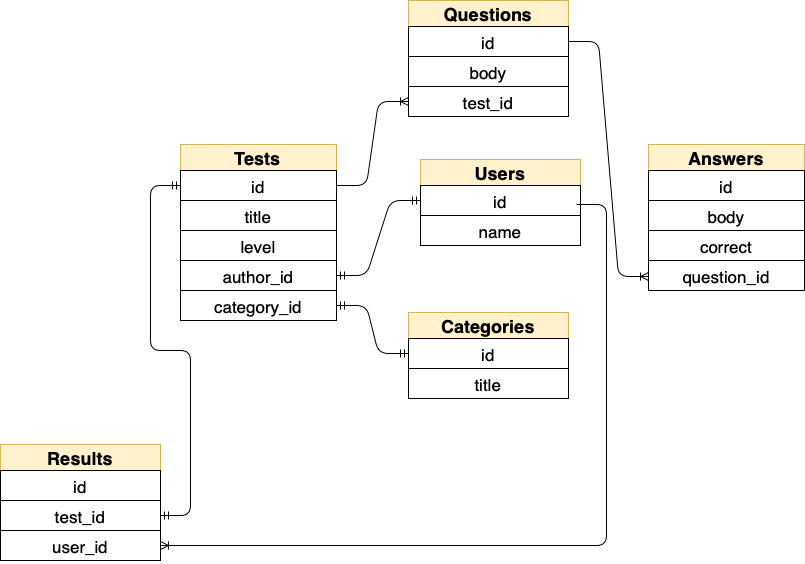
EvilJadeon/TestGuru keeps this draw.io diagram as TestGuru.drawio.png. Above is the earlier version. Source tidied: cells renumbered, new cells last; positions are measured from the earlier drawing's top-left corner, leaving out a move shared by most shapes.
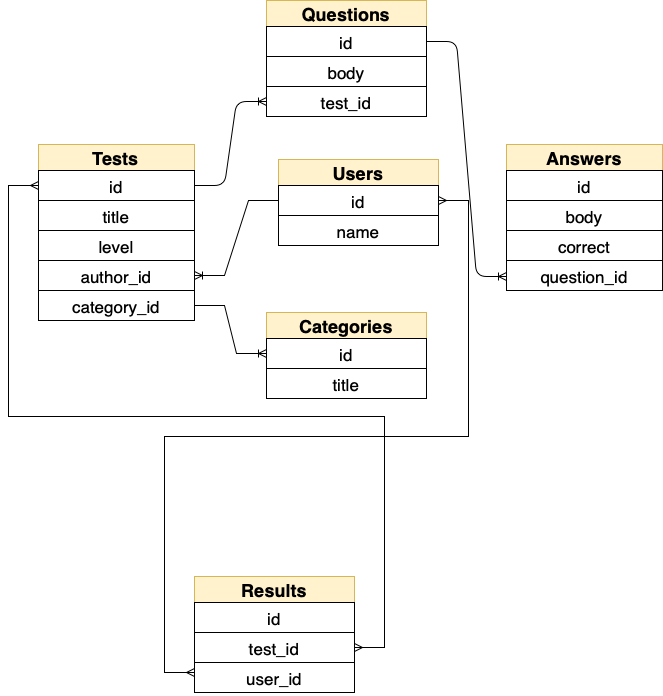
Later version of the same file.

Diff of the diagram source:
```diff
@@ -65,8 +65,13 @@
     <mxCell id="22" value="name" style="text;strokeColor=default;fillColor=none;spacingLeft=4;spacingRight=4;overflow=hidden;fontSize=17;rounded=0;labelBackgroundColor=none;sketch=0;fontFamily=Helvetica;fontColor=default;align=center;" parent="20" vertex="1">
       <mxGeometry y="56" width="160" height="30" as="geometry" />
     </mxCell>
+    <mxCell id="33" style="edgeStyle=entityRelationEdgeStyle;fontSize=12;html=1;endArrow=ERmany;startArrow=ERmany;rounded=0;labelBackgroundColor=default;fontColor=default;strokeColor=default;exitX=1;exitY=0.5;exitDx=0;exitDy=0;" parent="20" edge="1" source="21">
+      <mxGeometry relative="1" as="geometry">
+        <mxPoint x="-84" y="513" as="targetPoint" />
+      </mxGeometry>
+    </mxCell>
     <mxCell id="23" value="Results" style="swimlane;fontStyle=1;horizontal=1;startSize=26;align=center;fontSize=18;rounded=0;labelBackgroundColor=none;sketch=0;fontFamily=Helvetica;strokeColor=#d6b656;fillColor=#fff2cc;fontColor=default;" parent="1" vertex="1">
-      <mxGeometry y="444" width="160" height="116" as="geometry" />
+      <mxGeometry x="336" y="576" width="160" height="116" as="geometry" />
     </mxCell>
     <mxCell id="24" value="id" style="text;strokeColor=default;fillColor=none;spacingLeft=4;spacingRight=4;overflow=hidden;fontSize=17;rounded=0;labelBackgroundColor=none;sketch=0;fontFamily=Helvetica;fontColor=default;align=center;" parent="23" vertex="1">
       <mxGeometry y="26" width="160" height="30" as="geometry" />
@@ -82,22 +87,19 @@
         <mxPoint x="648" y="276" as="targetPoint" />
       </mxGeometry>
     </mxCell>
-    <mxCell id="28" style="edgeStyle=entityRelationEdgeStyle;fontSize=12;html=1;endArrow=ERoneToMany;rounded=1;labelBackgroundColor=default;sketch=0;fontFamily=Helvetica;fontColor=default;strokeColor=default;align=center;entryX=1;entryY=0.5;entryDx=0;entryDy=0;" parent="1" edge="1" target="26">
-      <mxGeometry relative="1" as="geometry">
-        <mxPoint x="576" y="204" as="sourcePoint" />
-      </mxGeometry>
-    </mxCell>
-    <mxCell id="29" style="edgeStyle=entityRelationEdgeStyle;fontSize=12;html=1;endArrow=ERmandOne;startArrow=ERmandOne;rounded=1;labelBackgroundColor=default;sketch=0;fontFamily=Helvetica;fontColor=default;strokeColor=default;align=center;verticalAlign=middle;elbow=vertical;entryX=0;entryY=0.5;entryDx=0;entryDy=0;exitX=1;exitY=0.5;exitDx=0;exitDy=0;" parent="1" edge="1" source="10" target="21">
-      <mxGeometry relative="1" as="geometry" />
-    </mxCell>
     <mxCell id="30" style="edgeStyle=entityRelationEdgeStyle;fontSize=12;html=1;endArrow=ERoneToMany;rounded=1;labelBackgroundColor=default;sketch=0;fontFamily=Helvetica;fontColor=default;strokeColor=default;align=center;verticalAlign=middle;elbow=vertical;entryX=0;entryY=0.5;entryDx=0;entryDy=0;exitX=1;exitY=0.5;exitDx=0;exitDy=0;" parent="1" edge="1" source="6" target="14">
       <mxGeometry relative="1" as="geometry" />
     </mxCell>
-    <mxCell id="31" style="edgeStyle=entityRelationEdgeStyle;fontSize=12;html=1;endArrow=ERmandOne;startArrow=ERmandOne;rounded=1;labelBackgroundColor=default;sketch=0;fontFamily=Helvetica;fontColor=default;strokeColor=default;align=center;verticalAlign=middle;elbow=vertical;entryX=0;entryY=0.5;entryDx=0;entryDy=0;exitX=1;exitY=0.5;exitDx=0;exitDy=0;" parent="1" edge="1" source="25" target="6">
-      <mxGeometry relative="1" as="geometry" />
-    </mxCell>
-    <mxCell id="32" style="edgeStyle=entityRelationEdgeStyle;fontSize=12;html=1;endArrow=ERmandOne;startArrow=ERmandOne;rounded=1;labelBackgroundColor=default;sketch=0;fontFamily=Helvetica;fontColor=default;strokeColor=default;align=center;verticalAlign=middle;elbow=vertical;exitX=1;exitY=0.5;exitDx=0;exitDy=0;entryX=0;entryY=0.5;entryDx=0;entryDy=0;" parent="1" edge="1" source="9" target="3">
+    <mxCell id="32" style="edgeStyle=entityRelationEdgeStyle;fontSize=12;html=1;endArrow=ERoneToMany;rounded=0;strokeColor=default;labelBackgroundColor=default;fontColor=default;entryX=0;entryY=0.5;entryDx=0;entryDy=0;exitX=1;exitY=0.5;exitDx=0;exitDy=0;" parent="1" edge="1" source="9" target="3">
       <mxGeometry relative="1" as="geometry" />
     </mxCell>
+    <mxCell id="34" style="edgeStyle=entityRelationEdgeStyle;fontSize=12;html=1;endArrow=ERoneToMany;rounded=0;labelBackgroundColor=default;fontColor=default;strokeColor=default;exitX=0;exitY=0.5;exitDx=0;exitDy=0;entryX=1;entryY=0.5;entryDx=0;entryDy=0;" parent="1" edge="1" source="21" target="10">
+      <mxGeometry relative="1" as="geometry" />
+    </mxCell>
+    <mxCell id="35" style="edgeStyle=entityRelationEdgeStyle;fontSize=12;html=1;endArrow=ERmany;startArrow=ERmany;rounded=0;labelBackgroundColor=default;fontColor=default;strokeColor=default;exitX=1;exitY=0.5;exitDx=0;exitDy=0;" parent="1" edge="1" source="25">
+      <mxGeometry relative="1" as="geometry">
+        <mxPoint x="180" y="185" as="targetPoint" />
+      </mxGeometry>
+    </mxCell>
   </root>
 </mxGraphModel>
```
